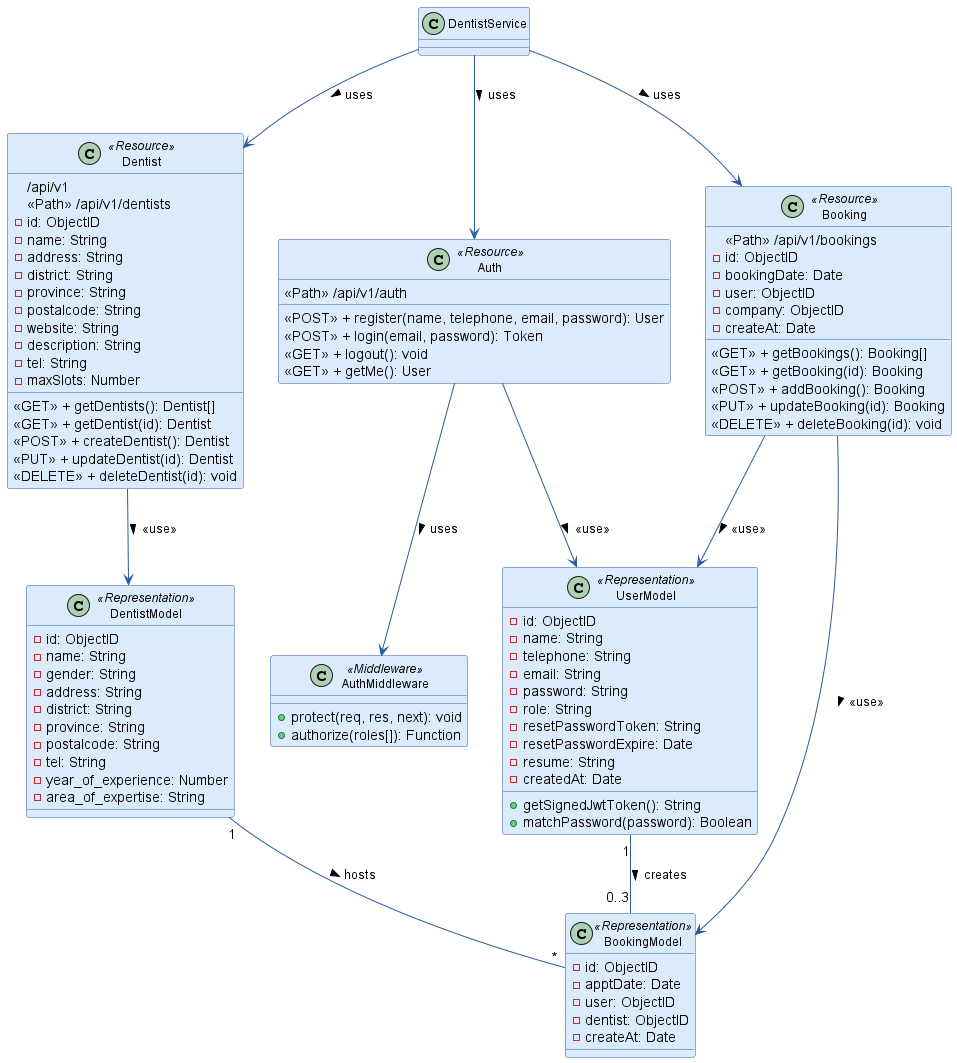
Earlier version of the PlantUML export Diagram/Dentist Booking System.png (phongit-kha/sw-dev-prac-final-project).
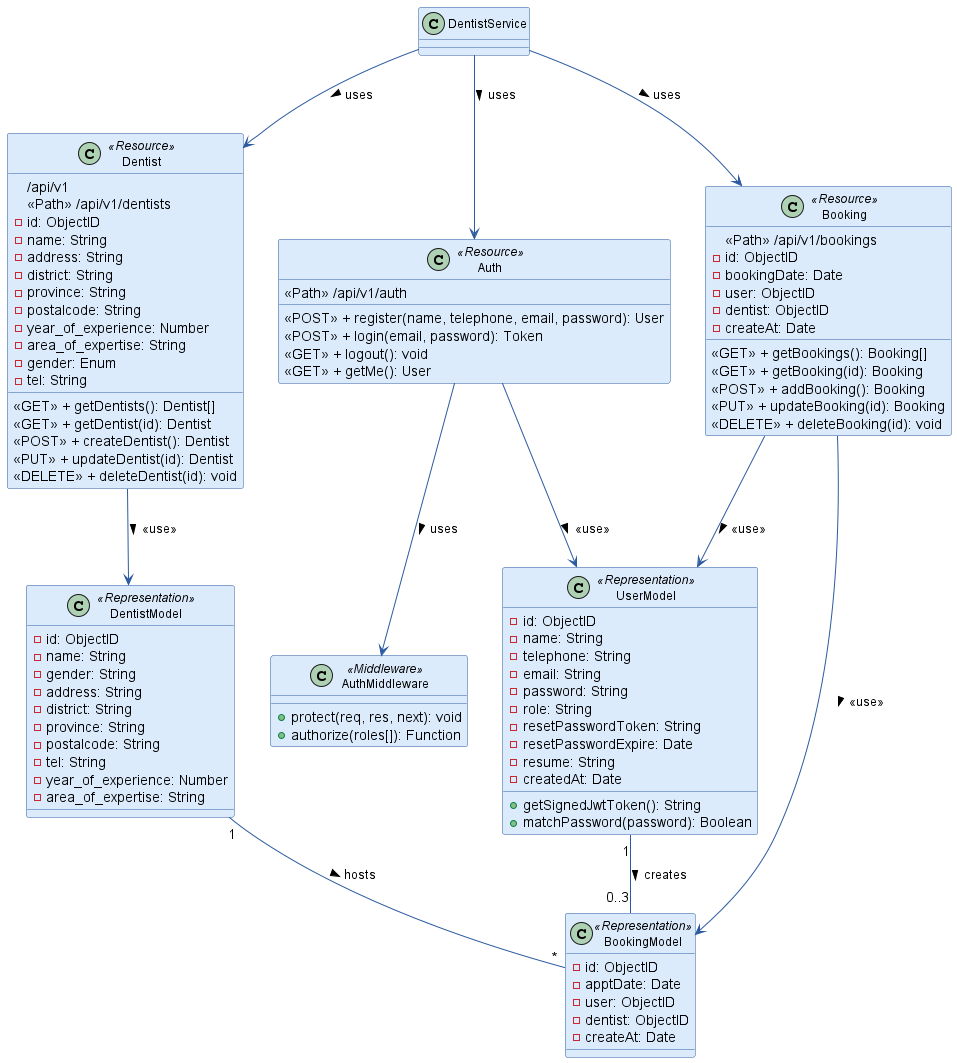
The same file after the commit.

The edit, as a diff of the source:
```diff
@@ -30,10 +30,10 @@
   - district: String
   - province: String
   - postalcode: String
-  - website: String
-  - description: String
+  - year_of_experience: Number
+  - area_of_expertise: String
+  - gender: Enum
   - tel: String
-  - maxSlots: Number
   <<GET>> + getDentists(): Dentist[]
   <<GET>> + getDentist(id): Dentist
   <<POST>> + createDentist(): Dentist
@@ -46,7 +46,7 @@
   - id: ObjectID
   - bookingDate: Date
   - user: ObjectID
-  - company: ObjectID
+  - dentist: ObjectID
   - createAt: Date
   <<GET>> + getBookings(): Booking[]
   <<GET>> + getBooking(id): Booking
```
